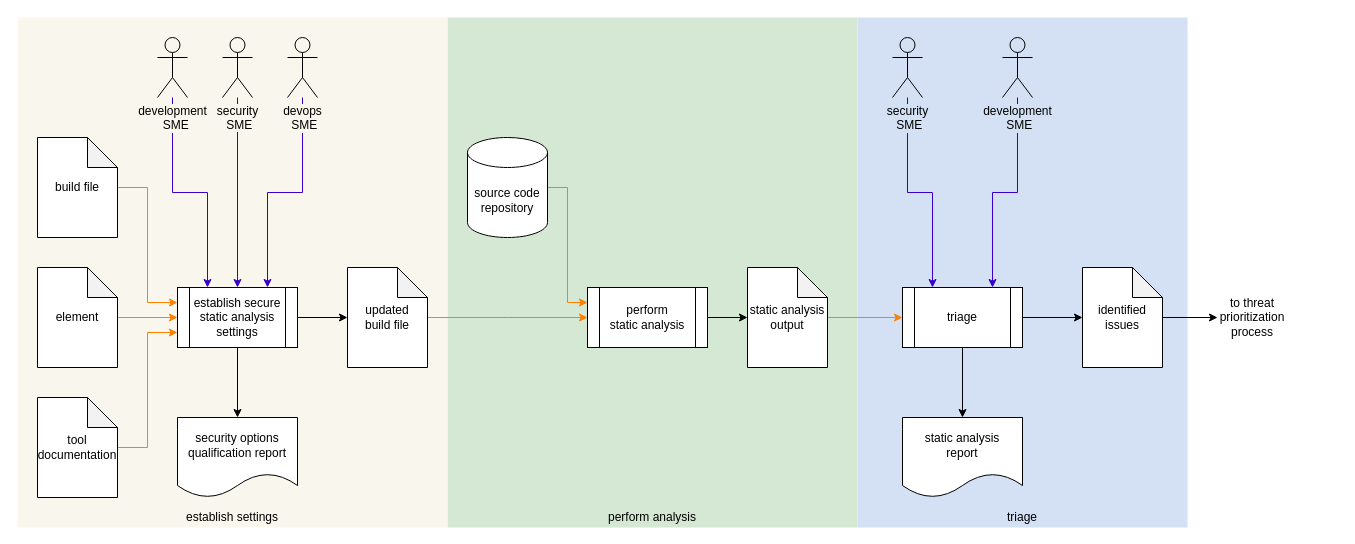
AVCDL/AVCDL keeps this draw.io diagram as source/reference_documents/secondary_documents/implementation phase/Static Analysis Report/images/source/static analysis workflow.drawio. Above is the earlier version. Source tidied: cells renumbered, new cells numbered last; positions are measured from the earlier drawing's top-left corner, leaving out a move shared by most shapes. Both pictures are drawn from the tidied source at 100%, with x=0, y=0 at pixel (17, 17).
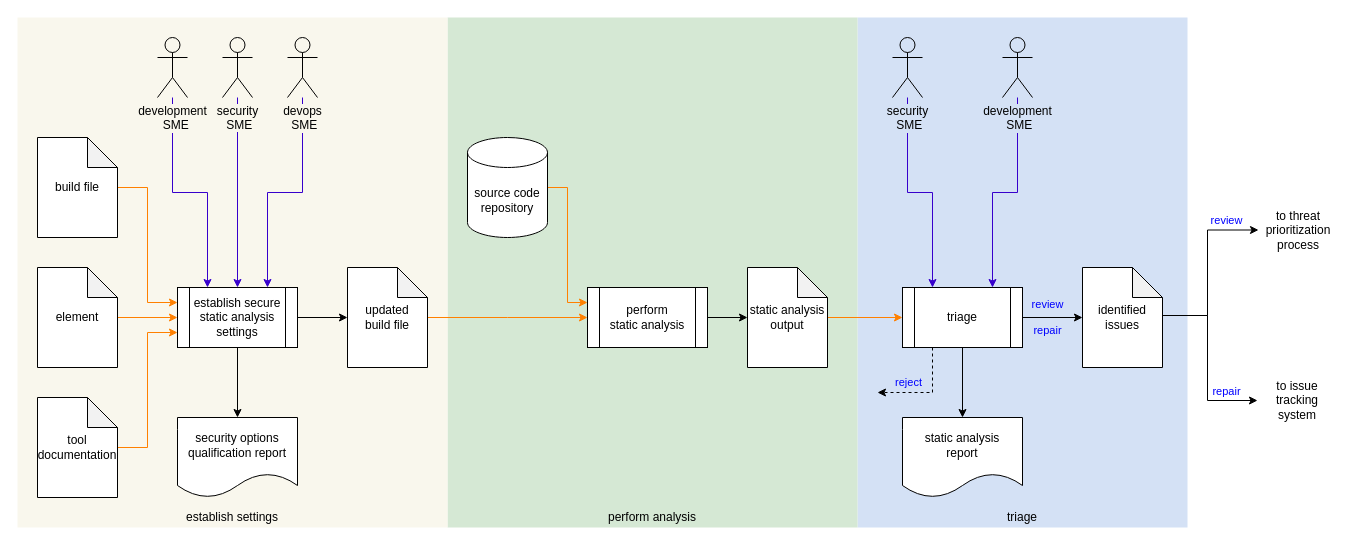
The same page after the edit.

Commit message (it also covers changes not shown here):
updated the static analysis process workflow diagram (updated triage handling) / updated the Static Analysis Report secondary document (updated workflow diagram)

Unchanged cells that the change refers to:
```xml
<mxCell id="18" value="triage" style="shape=process;whiteSpace=wrap;html=1;backgroundOutline=1;" parent="1" vertex="1">
  <mxGeometry x="885" y="270" width="120" height="60" as="geometry" />
</mxCell>
<mxCell id="30" value="identified issues" style="shape=note;whiteSpace=wrap;html=1;backgroundOutline=1;darkOpacity=0.05;" parent="1" vertex="1">
  <mxGeometry x="1065" y="250" width="80" height="100" as="geometry" />
</mxCell>
```

What changed in the source:
```diff
@@
-    <mxCell id="14" style="edgeStyle=orthogonalEdgeStyle;rounded=0;jettySize=auto;html=1;entryX=0;entryY=0.5;entryDx=0;entryDy=0;entryPerimeter=0;" parent="1" edge="1" source="18" target="30">
-      <mxGeometry relative="1" as="geometry" />
-    </mxCell>
@@
-    <mxCell id="17" style="edgeStyle=orthogonalEdgeStyle;rounded=0;jettySize=auto;html=1;exitX=1;exitY=0.5;exitDx=0;exitDy=0;entryX=0;entryY=0.5;entryDx=0;entryDy=0;exitPerimeter=0;" parent="1" edge="1" source="30" target="29">
-      <mxGeometry relative="1" as="geometry" />
-    </mxCell>
@@
-    <mxCell id="29" value="to threat&lt;div&gt;prioritization&lt;/div&gt;&lt;div&gt;process&lt;/div&gt;" style="text;html=1;strokeColor=none;fillColor=none;align=center;verticalAlign=middle;whiteSpace=wrap;rounded=0;" parent="1" vertex="1">
-      <mxGeometry x="1200" y="280" width="70" height="40" as="geometry" />
-    </mxCell>
@@
+    <mxCell id="14" value="&lt;font style=&quot;color: rgb(0, 0, 255);&quot;&gt;review&lt;/font&gt;&lt;div&gt;&lt;font style=&quot;color: rgb(0, 0, 255);&quot;&gt;&lt;br&gt;&lt;/font&gt;&lt;/div&gt;&lt;div&gt;&lt;font style=&quot;color: rgb(0, 0, 255);&quot;&gt;repair&lt;/font&gt;&lt;/div&gt;" style="edgeStyle=orthogonalEdgeStyle;rounded=0;jettySize=auto;html=1;entryX=0;entryY=0.5;entryDx=0;entryDy=0;entryPerimeter=0;labelBackgroundColor=none;exitX=1;exitY=0.5;exitDx=0;exitDy=0;" parent="1" edge="1" source="18" target="30">
+      <mxGeometry x="-0.17" relative="1" as="geometry" />
+    </mxCell>
+    <mxCell id="17" style="edgeStyle=orthogonalEdgeStyle;rounded=0;jettySize=auto;html=1;exitX=1;exitY=0.5;exitDx=0;exitDy=0;entryX=0;entryY=0.5;entryDx=0;entryDy=0;exitPerimeter=0;" parent="1" edge="1" source="30" target="29">
+      <mxGeometry relative="1" as="geometry">
+        <Array as="points">
+          <mxPoint x="1145" y="298" />
+          <mxPoint x="1190" y="298" />
+          <mxPoint x="1190" y="213" />
+        </Array>
+      </mxGeometry>
+    </mxCell>
+    <mxCell id="44" value="&lt;font style=&quot;color: rgb(0, 0, 255);&quot;&gt;review&lt;/font&gt;" style="edgeLabel;html=1;align=center;verticalAlign=middle;labelBackgroundColor=none;" parent="17" vertex="1">
+      <mxGeometry x="0.55" relative="1" as="geometry">
+        <mxPoint x="9" y="-10" as="offset" />
+      </mxGeometry>
+    </mxCell>
+    <mxCell id="29" value="to threat prioritization process" style="text;html=1;strokeColor=none;fillColor=none;align=center;verticalAlign=middle;whiteSpace=wrap;rounded=0;" parent="1" vertex="1">
+      <mxGeometry x="1241" y="192.5" width="80" height="40" as="geometry" />
+    </mxCell>
+    <mxCell id="45" style="edgeStyle=orthogonalEdgeStyle;rounded=0;jettySize=auto;html=1;entryX=0;entryY=0.5;entryDx=0;entryDy=0;exitX=1;exitY=0.5;exitDx=0;exitDy=0;exitPerimeter=0;" parent="1" edge="1" source="30" target="47">
+      <mxGeometry relative="1" as="geometry">
+        <Array as="points">
+          <mxPoint x="1145" y="298" />
+          <mxPoint x="1190" y="298" />
+          <mxPoint x="1190" y="383" />
+        </Array>
+      </mxGeometry>
+    </mxCell>
+    <mxCell id="46" value="&lt;font style=&quot;color: rgb(0, 0, 255);&quot;&gt;repair&lt;/font&gt;" style="edgeLabel;html=1;align=center;verticalAlign=middle;labelBackgroundColor=none;" parent="45" vertex="1">
+      <mxGeometry x="0.63" relative="1" as="geometry">
+        <mxPoint x="2" y="-10" as="offset" />
+      </mxGeometry>
+    </mxCell>
+    <mxCell id="47" value="to issue tracking system" style="text;html=1;strokeColor=none;fillColor=none;align=center;verticalAlign=middle;whiteSpace=wrap;rounded=0;" parent="1" vertex="1">
+      <mxGeometry x="1240" y="358.5" width="80" height="49" as="geometry" />
+    </mxCell>
+    <mxCell id="48" style="edgeStyle=orthogonalEdgeStyle;rounded=0;jettySize=auto;html=1;strokeWidth=1;dashed=1;exitX=0.25;exitY=1;exitDx=0;exitDy=0;" parent="1" edge="1" source="18">
+      <mxGeometry relative="1" as="geometry">
+        <mxPoint x="860" y="375" as="targetPoint" />
+        <Array as="points">
+          <mxPoint x="915" y="375" />
+        </Array>
+      </mxGeometry>
+    </mxCell>
+    <mxCell id="49" value="&lt;font style=&quot;color: rgb(0, 0, 255);&quot;&gt;reject&lt;/font&gt;" style="edgeLabel;html=1;align=center;verticalAlign=middle;labelBackgroundColor=none;" parent="48" vertex="1">
+      <mxGeometry x="-0.83" relative="1" as="geometry">
+        <mxPoint x="-25" y="25" as="offset" />
+      </mxGeometry>
+    </mxCell>
```
